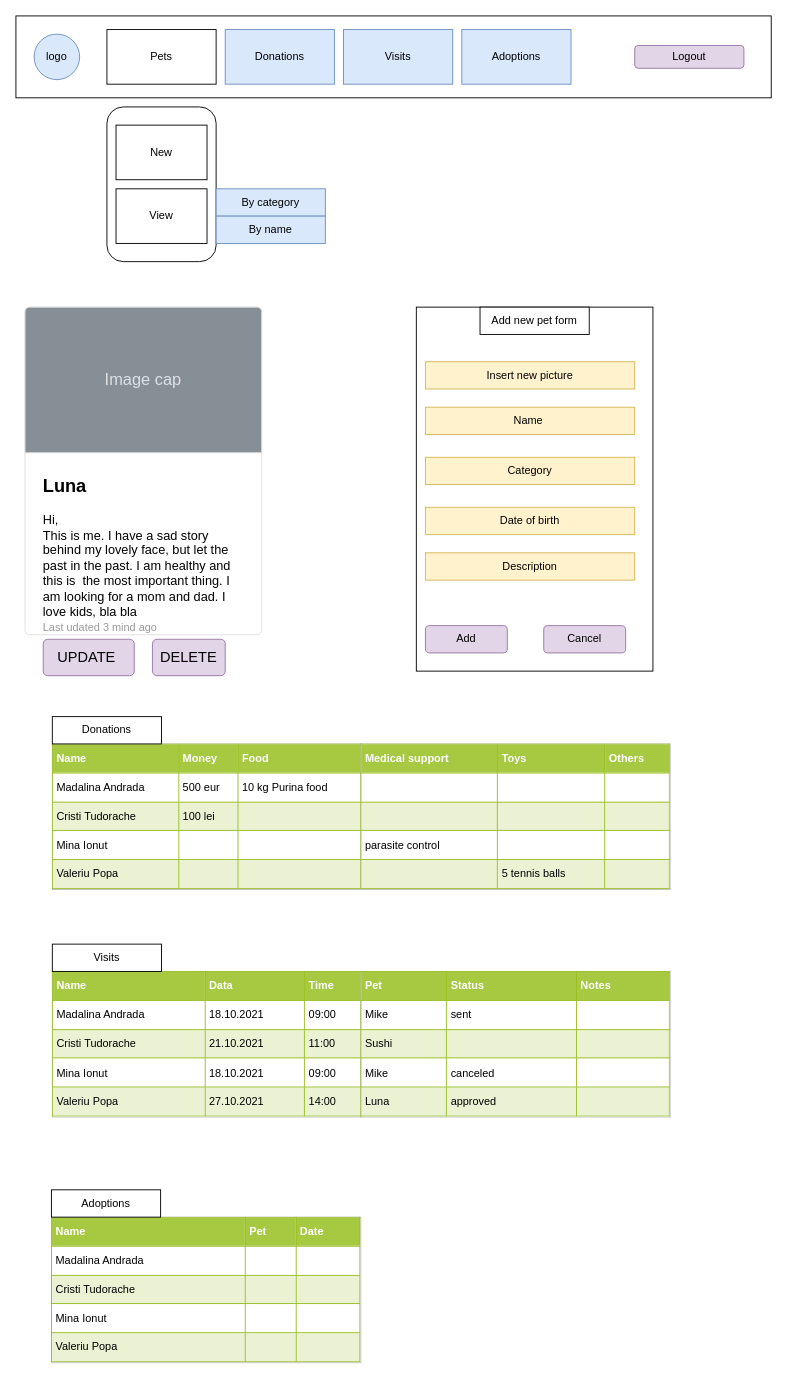
This is docs/design/features/admin.drawio from AlbuMihaela/Animal-Application, a draw.io file, before an edit. Source tidied: cells renumbered, new cells numbered last; positions are measured from the earlier drawing's top-left corner, leaving out a move shared by most shapes. Both pictures are drawn from the tidied source at 91%, with x=0, y=0 at pixel (15, 15).
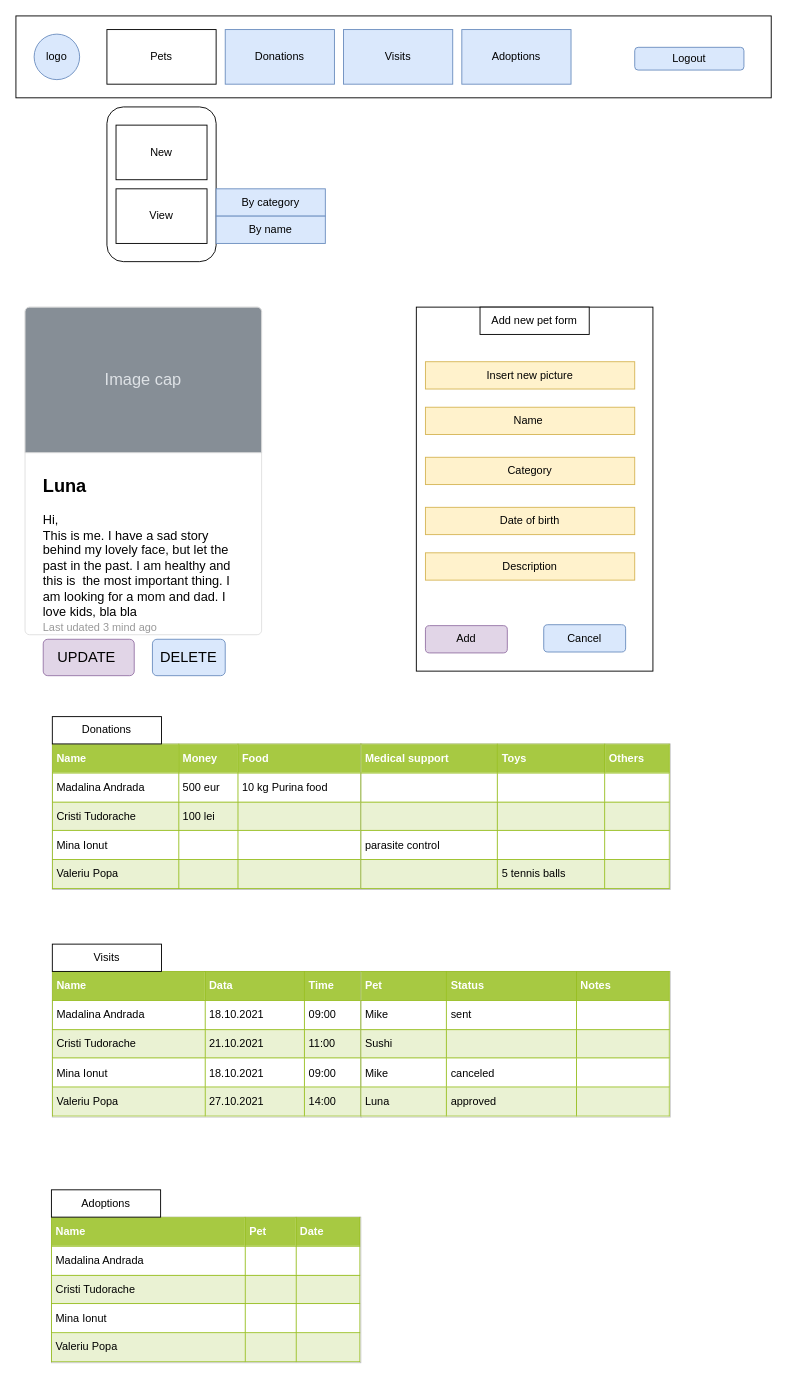
The same page after the edit.

Commit message:
update admin page

Change to the diagram source:
```diff
@@
-    <mxCell id="8" value="Logout" style="rounded=1;whiteSpace=wrap;html=1;fillColor=#e1d5e7;strokeColor=#9673a6;" parent="1" vertex="1">
-      <mxGeometry x="680" y="32.5" width="120" height="25" as="geometry" />
+    <mxCell id="8" value="Logout" style="rounded=1;whiteSpace=wrap;html=1;fillColor=#dae8fc;strokeColor=#6c8ebf;" parent="1" vertex="1">
+      <mxGeometry x="680" y="34.5" width="120" height="25" as="geometry" />
     </mxCell>
@@
-    <mxCell id="17" value="DELETE" style="html=1;shadow=0;dashed=0;shape=mxgraph.bootstrap.rrect;rSize=5;strokeColor=#9673a6;strokeWidth=1;fillColor=#e1d5e7;whiteSpace=wrap;align=center;verticalAlign=middle;spacingLeft=0;fontStyle=0;fontSize=16;spacing=5;" parent="1" vertex="1">
+    <mxCell id="17" value="DELETE" style="html=1;shadow=0;dashed=0;shape=mxgraph.bootstrap.rrect;rSize=5;strokeColor=#6c8ebf;strokeWidth=1;fillColor=#dae8fc;whiteSpace=wrap;align=center;verticalAlign=middle;spacingLeft=0;fontStyle=0;fontSize=16;spacing=5;" parent="1" vertex="1">
       <mxGeometry x="150" y="685" width="80" height="40" as="geometry" />
     </mxCell>
@@
-    <mxCell id="26" value="Cancel" style="rounded=1;whiteSpace=wrap;html=1;fillColor=#e1d5e7;strokeColor=#9673a6;" parent="1" vertex="1">
-      <mxGeometry x="580" y="670" width="90" height="30" as="geometry" />
+    <mxCell id="26" value="Cancel" style="rounded=1;whiteSpace=wrap;html=1;fillColor=#dae8fc;strokeColor=#6c8ebf;" parent="1" vertex="1">
+      <mxGeometry x="580" y="669" width="90" height="30" as="geometry" />
     </mxCell>
```
